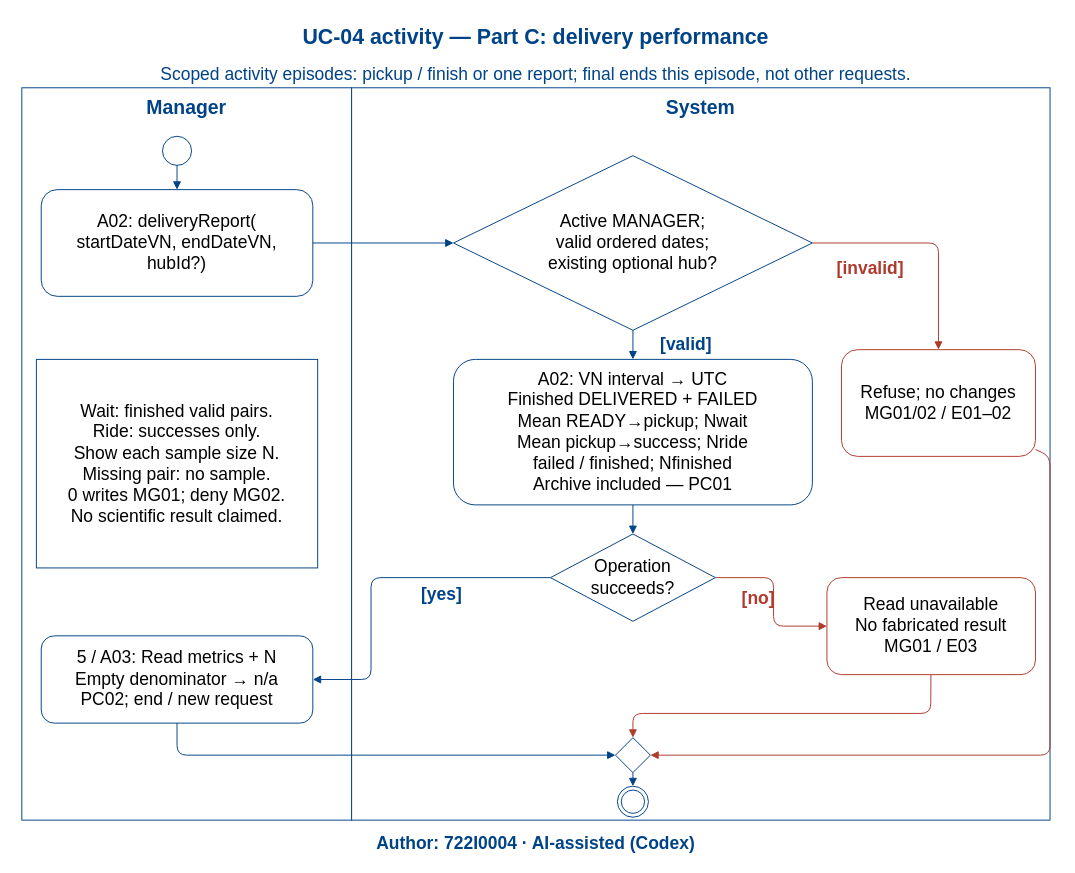
Before: models/UC-04/activity_uc04_PartC.drawio in Dat071104/SaigonBite, a draw.io diagram. Source tidied: cells renumbered, new cells numbered last; positions are measured from the earlier drawing's top-left corner, leaving out a move shared by most shapes. Both pictures are drawn from the tidied source at 97%, with x=0, y=0 at pixel (16, 16).
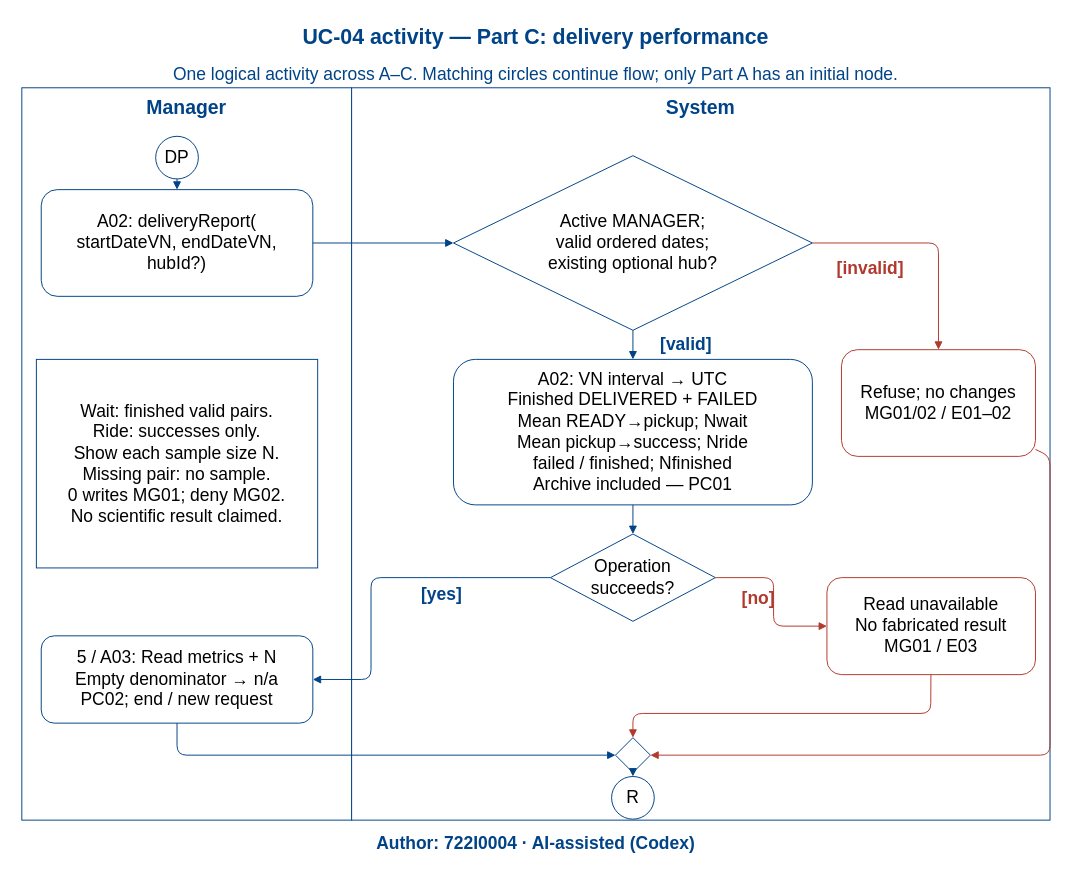
Above is the later version.

Change to the diagram source:
```diff
@@
-    <mxCell id="8" style="ellipse;html=0;whiteSpace=wrap;strokeColor=#004387;fillColor=white;fontSize=18;align=center;verticalAlign=middle;" parent="1" vertex="1">
-      <mxGeometry x="150" y="123" width="30" height="30" as="geometry" />
+    <mxCell id="8" value="DP" style="ellipse;html=0;whiteSpace=wrap;strokeColor=#004387;fillColor=white;fontSize=18;align=center;verticalAlign=middle;" parent="1" vertex="1">
+      <mxGeometry x="143" y="123" width="44" height="44" as="geometry" />
     </mxCell>
@@
-    <mxCell id="17" style="shape=endState;html=0;whiteSpace=wrap;strokeColor=#004387;fillColor=white;fontSize=18;align=center;verticalAlign=middle;" parent="1" vertex="1">
-      <mxGeometry x="619" y="793" width="32" height="32" as="geometry" />
+    <mxCell id="17" value="R" style="ellipse;html=0;whiteSpace=wrap;strokeColor=#004387;fillColor=white;fontSize=18;align=center;verticalAlign=middle;" parent="1" vertex="1">
+      <mxGeometry x="613" y="783" width="44" height="44" as="geometry" />
     </mxCell>
@@
-    <mxCell id="34" value="Scoped activity episodes: pickup / finish or one report; final ends this episode, not other requests." style="text;html=0;whiteSpace=wrap;fontSize=18;fontColor=#004387;fontStyle=0;align=center;verticalAlign=middle;strokeColor=none;fillColor=none;" parent="1" vertex="1">
+    <mxCell id="34" value="One logical activity across A–C. Matching circles continue flow; only Part A has an initial node." style="text;html=0;whiteSpace=wrap;fontSize=18;fontColor=#004387;fontStyle=0;align=center;verticalAlign=middle;strokeColor=none;fillColor=none;" parent="1" vertex="1">
       <mxGeometry y="46" width="1070" height="26" as="geometry" />
     </mxCell>
```
